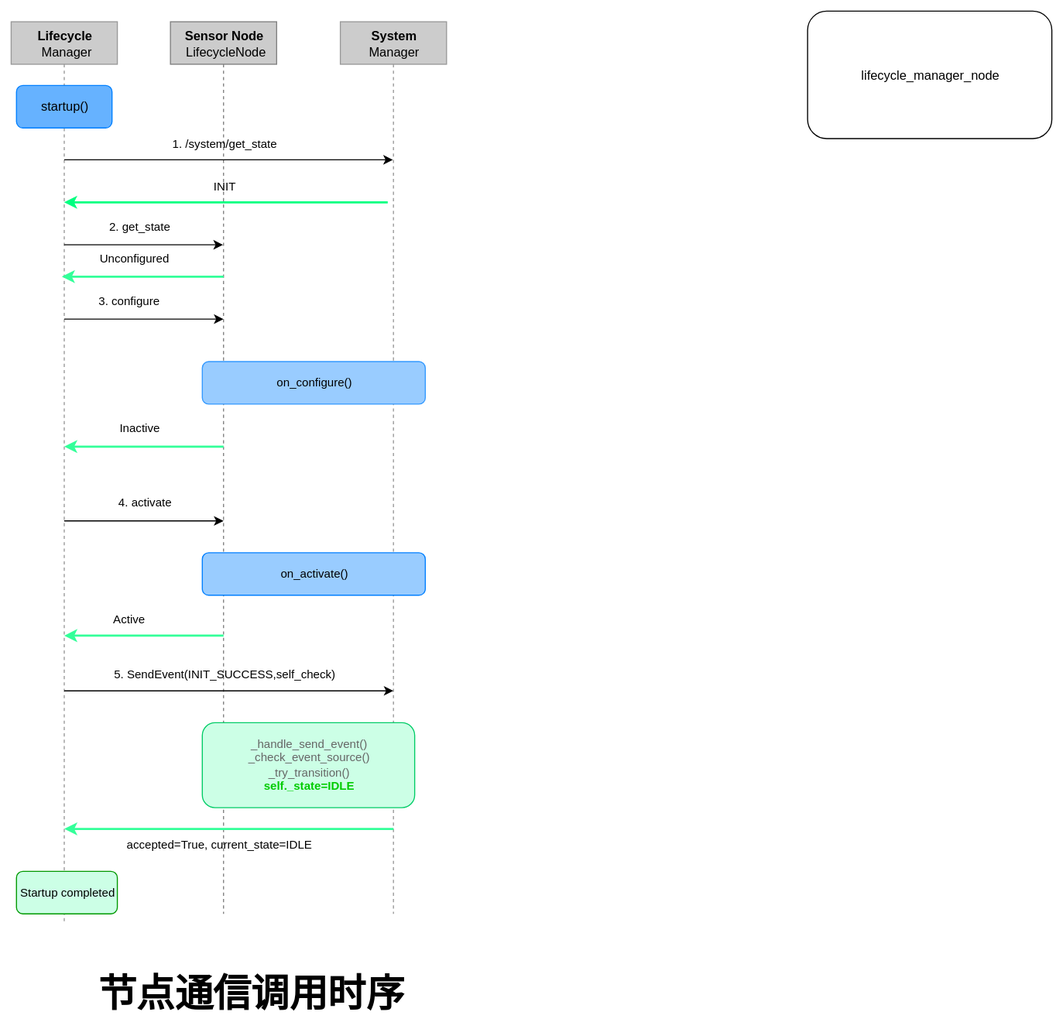
Earlier version of the draw.io export ROS2机器人基础框架/Step4-node.svg (HashWaney/ROS_Document). Source tidied: cells renumbered, new cells last; positions are measured from the earlier drawing's top-left corner, leaving out a move shared by most shapes.
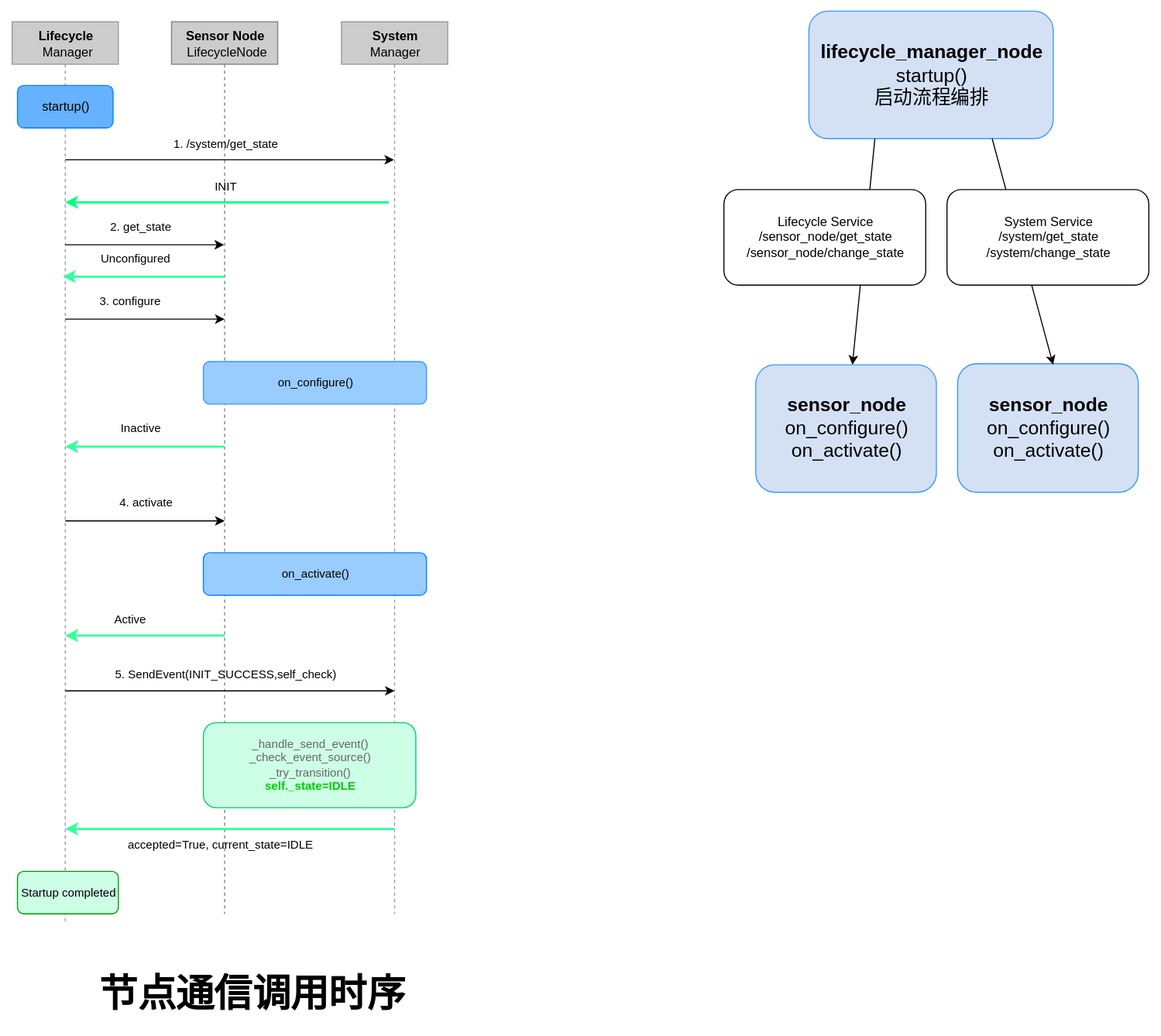
Above is the later version.

Commit message:
vault backup: 2026-11-26 11:27:00

The edit, as a diff of the source:
```diff
@@ -124,8 +124,26 @@
     <mxCell id="30" value="&lt;b&gt;&lt;font style=&quot;font-size: 36px;&quot;&gt;节点通信调用时序&lt;/font&gt;&lt;/b&gt;" style="text;html=1;align=center;verticalAlign=middle;strokeColor=none;fillColor=none;" parent="1" vertex="1">
       <mxGeometry x="70" y="895" width="310" height="60" as="geometry" />
     </mxCell>
-    <mxCell id="31" value="lifecycle_manager_node" style="rounded=1;whiteSpace=wrap;html=1;" parent="1" vertex="1">
+    <mxCell id="31" value="&lt;font style=&quot;font-size: 18px;&quot;&gt;&lt;b&gt;lifecycle_manager_node&lt;/b&gt;&lt;br&gt;startup()&lt;br&gt;启动流程编排&lt;/font&gt;" style="rounded=1;whiteSpace=wrap;html=1;fillColor=#D4E1F5;strokeColor=#3399FF;" parent="1" vertex="1">
       <mxGeometry x="750" width="230" height="120" as="geometry" />
     </mxCell>
+    <mxCell id="32" style="endArrow=classic;html=1;exitX=0.27;exitY=1.001;exitDx=0;exitDy=0;exitPerimeter=0;" parent="1" edge="1" source="31" target="33">
+      <mxGeometry relative="1" as="geometry" />
+    </mxCell>
+    <mxCell id="33" value="&lt;span style=&quot;font-size: 18px;&quot;&gt;&lt;b&gt;sensor_node&lt;/b&gt;&lt;br&gt;on_configure()&lt;br&gt;on_activate()&lt;br&gt;&lt;/span&gt;" style="rounded=1;whiteSpace=wrap;html=1;fillColor=#D4E1F5;strokeColor=#3399FF;" parent="1" vertex="1">
+      <mxGeometry x="700" y="333" width="170" height="120" as="geometry" />
+    </mxCell>
+    <mxCell id="34" value="&lt;span style=&quot;font-size: 18px;&quot;&gt;&lt;b&gt;sensor_node&lt;/b&gt;&lt;br&gt;on_configure()&lt;br&gt;on_activate()&lt;br&gt;&lt;/span&gt;" style="rounded=1;whiteSpace=wrap;html=1;fillColor=#D4E1F5;strokeColor=#3399FF;" parent="1" vertex="1">
+      <mxGeometry x="890" y="332" width="170" height="121" as="geometry" />
+    </mxCell>
+    <mxCell id="35" style="edgeStyle=none;html=1;exitX=0.75;exitY=1;exitDx=0;exitDy=0;entryX=0.529;entryY=0.008;entryDx=0;entryDy=0;entryPerimeter=0;" parent="1" edge="1" source="31" target="34">
+      <mxGeometry relative="1" as="geometry" />
+    </mxCell>
+    <mxCell id="36" value="Lifecycle Service&lt;br&gt;/sensor_node/get_state&lt;br&gt;/sensor_node/change_state&lt;br&gt;" style="rounded=1;whiteSpace=wrap;html=1;" parent="1" vertex="1">
+      <mxGeometry x="670" y="168" width="190" height="90" as="geometry" />
+    </mxCell>
+    <mxCell id="37" value="System Service&lt;br&gt;/system/get_state&lt;br&gt;/system/change_state" style="rounded=1;whiteSpace=wrap;html=1;" parent="1" vertex="1">
+      <mxGeometry x="880" y="168" width="190" height="90" as="geometry" />
+    </mxCell>
   </root>
 </mxGraphModel>
```
